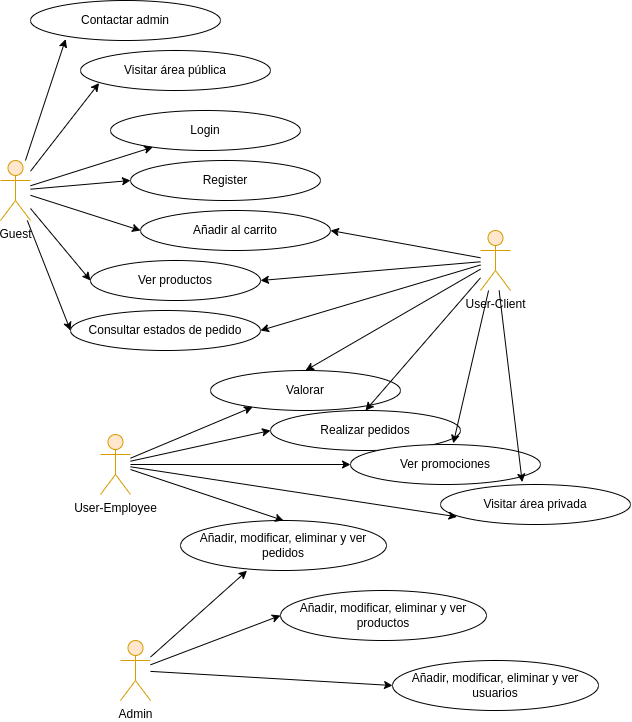
The draw.io diagram memoria_utils/diagramas/Uml2.drawio.png in fgp4321/Ineffabile-Pizza, before a commit. Source tidied: cells renumbered, new cells last; positions are measured from the earlier drawing's top-left corner, leaving out a move shared by most shapes.
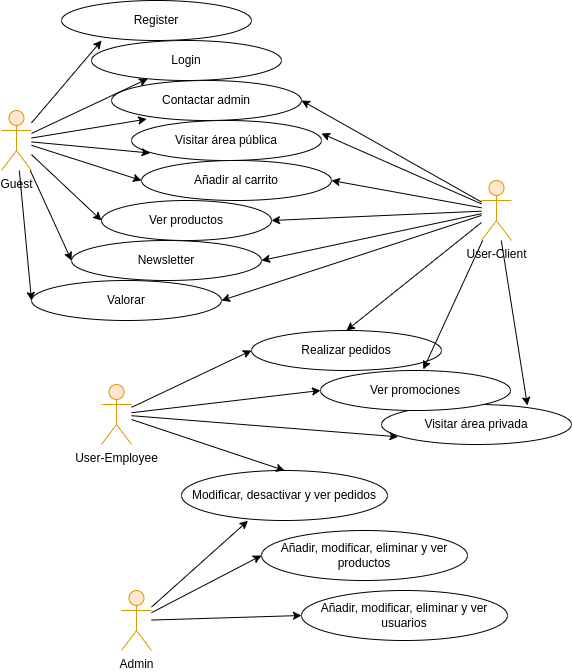
Above is the later version.

The edit, as a diff of the source:
```diff
@@ -6,7 +6,7 @@
       <mxGeometry y="160" width="30" height="60" as="geometry" />
     </mxCell>
     <mxCell id="3" value="Contactar admin" style="ellipse;whiteSpace=wrap;html=1;" parent="1" vertex="1">
-      <mxGeometry x="30" width="190" height="40" as="geometry" />
+      <mxGeometry x="110" y="130" width="190" height="40" as="geometry" />
     </mxCell>
     <mxCell id="4" value="&lt;div&gt;Admin&lt;/div&gt;" style="shape=umlActor;verticalLabelPosition=bottom;verticalAlign=top;html=1;outlineConnect=0;fillColor=#ffe6cc;strokeColor=#d79b00;" parent="1" vertex="1">
       <mxGeometry x="120" y="640" width="30" height="60" as="geometry" />
@@ -18,22 +18,22 @@
       <mxGeometry x="100" y="434" width="30" height="60" as="geometry" />
     </mxCell>
     <mxCell id="7" value="Visitar área pública" style="ellipse;whiteSpace=wrap;html=1;" parent="1" vertex="1">
-      <mxGeometry x="80" y="50" width="190" height="40" as="geometry" />
+      <mxGeometry x="130" y="170" width="190" height="40" as="geometry" />
     </mxCell>
     <mxCell id="8" value="Login" style="ellipse;whiteSpace=wrap;html=1;" parent="1" vertex="1">
-      <mxGeometry x="110" y="110" width="190" height="40" as="geometry" />
+      <mxGeometry x="90" y="90" width="190" height="40" as="geometry" />
     </mxCell>
     <mxCell id="9" value="Register" style="ellipse;whiteSpace=wrap;html=1;" parent="1" vertex="1">
-      <mxGeometry x="130" y="160" width="190" height="40" as="geometry" />
+      <mxGeometry x="60" y="50" width="190" height="40" as="geometry" />
     </mxCell>
     <mxCell id="10" value="Añadir al carrito" style="ellipse;whiteSpace=wrap;html=1;" parent="1" vertex="1">
       <mxGeometry x="140" y="210" width="190" height="40" as="geometry" />
     </mxCell>
     <mxCell id="11" value="Ver productos" style="ellipse;whiteSpace=wrap;html=1;" parent="1" vertex="1">
-      <mxGeometry x="90" y="260" width="170" height="40" as="geometry" />
+      <mxGeometry x="100" y="250" width="170" height="40" as="geometry" />
     </mxCell>
-    <mxCell id="12" value="Consultar estados de pedido" style="ellipse;whiteSpace=wrap;html=1;" parent="1" vertex="1">
-      <mxGeometry x="70" y="310" width="190" height="40" as="geometry" />
+    <mxCell id="12" value="Valorar" style="ellipse;whiteSpace=wrap;html=1;" parent="1" vertex="1">
+      <mxGeometry x="30" y="330" width="190" height="40" as="geometry" />
     </mxCell>
     <mxCell id="13" style="endArrow=classic;html=1;rounded=0;entryX=0.185;entryY=0.965;entryDx=0;entryDy=0;entryPerimeter=0;" parent="1" edge="1" source="2" target="3">
       <mxGeometry relative="1" as="geometry" />
@@ -41,7 +41,7 @@
     <mxCell id="14" style="endArrow=classic;html=1;rounded=0;entryX=0.098;entryY=0.813;entryDx=0;entryDy=0;entryPerimeter=0;" parent="1" edge="1" source="2" target="7">
       <mxGeometry relative="1" as="geometry" />
     </mxCell>
-    <mxCell id="15" style="endArrow=classic;html=1;rounded=0;entryX=0;entryY=0.5;entryDx=0;entryDy=0;" parent="1" edge="1" source="2" target="9">
+    <mxCell id="15" style="endArrow=classic;html=1;rounded=0;entryX=0.211;entryY=1;entryDx=0;entryDy=0;entryPerimeter=0;" parent="1" edge="1" source="2" target="9">
       <mxGeometry relative="1" as="geometry" />
     </mxCell>
     <mxCell id="16" style="endArrow=classic;html=1;rounded=0;" parent="1" edge="1" source="2" target="8">
@@ -65,33 +65,24 @@
     <mxCell id="22" style="endArrow=classic;html=1;rounded=0;entryX=1;entryY=0.5;entryDx=0;entryDy=0;" parent="1" edge="1" source="5" target="12">
       <mxGeometry relative="1" as="geometry" />
     </mxCell>
-    <mxCell id="23" value="Valorar" style="ellipse;whiteSpace=wrap;html=1;" parent="1" vertex="1">
-      <mxGeometry x="210" y="370" width="190" height="40" as="geometry" />
-    </mxCell>
     <mxCell id="24" value="Visitar área privada" style="ellipse;whiteSpace=wrap;html=1;" parent="1" vertex="1">
-      <mxGeometry x="440" y="484" width="190" height="40" as="geometry" />
+      <mxGeometry x="380" y="454" width="190" height="40" as="geometry" />
     </mxCell>
     <mxCell id="25" value="Realizar pedidos" style="ellipse;whiteSpace=wrap;html=1;" parent="1" vertex="1">
-      <mxGeometry x="270" y="410" width="190" height="40" as="geometry" />
+      <mxGeometry x="250" y="380" width="190" height="40" as="geometry" />
     </mxCell>
     <mxCell id="26" value="Ver promociones" style="ellipse;whiteSpace=wrap;html=1;" parent="1" vertex="1">
-      <mxGeometry x="350" y="444" width="190" height="40" as="geometry" />
+      <mxGeometry x="319" y="420" width="190" height="40" as="geometry" />
     </mxCell>
-    <mxCell id="27" style="endArrow=classic;html=1;rounded=0;entryX=0.5;entryY=0;entryDx=0;entryDy=0;" parent="1" edge="1" source="5" target="23">
-      <mxGeometry relative="1" as="geometry" />
-    </mxCell>
     <mxCell id="28" style="endArrow=classic;html=1;rounded=0;entryX=0.5;entryY=0;entryDx=0;entryDy=0;" parent="1" edge="1" source="5" target="25">
       <mxGeometry relative="1" as="geometry" />
     </mxCell>
     <mxCell id="29" style="endArrow=classic;html=1;rounded=0;entryX=0.541;entryY=-0.029;entryDx=0;entryDy=0;entryPerimeter=0;" parent="1" edge="1" source="5" target="26">
       <mxGeometry relative="1" as="geometry" />
     </mxCell>
-    <mxCell id="30" style="endArrow=classic;html=1;rounded=0;entryX=0.43;entryY=-0.061;entryDx=0;entryDy=0;entryPerimeter=0;" parent="1" edge="1" source="5" target="24">
+    <mxCell id="30" style="endArrow=classic;html=1;rounded=0;entryX=0.768;entryY=0.025;entryDx=0;entryDy=0;entryPerimeter=0;" parent="1" edge="1" source="5" target="24">
       <mxGeometry relative="1" as="geometry" />
     </mxCell>
-    <mxCell id="31" style="endArrow=classic;html=1;rounded=0;entryX=0.222;entryY=0.913;entryDx=0;entryDy=0;entryPerimeter=0;" parent="1" edge="1" source="6" target="23">
-      <mxGeometry relative="1" as="geometry" />
-    </mxCell>
     <mxCell id="32" style="endArrow=classic;html=1;rounded=0;entryX=0;entryY=0.5;entryDx=0;entryDy=0;" parent="1" edge="1" source="6" target="25">
       <mxGeometry relative="1" as="geometry" />
     </mxCell>
@@ -101,14 +92,14 @@
     <mxCell id="34" style="endArrow=classic;html=1;rounded=0;entryX=0.087;entryY=0.808;entryDx=0;entryDy=0;entryPerimeter=0;" parent="1" edge="1" source="6" target="24">
       <mxGeometry relative="1" as="geometry" />
     </mxCell>
-    <mxCell id="35" value="Añadir, modificar, eliminar y ver pedidos" style="ellipse;whiteSpace=wrap;html=1;" parent="1" vertex="1">
+    <mxCell id="35" value="Modificar, desactivar y ver pedidos" style="ellipse;whiteSpace=wrap;html=1;" parent="1" vertex="1">
       <mxGeometry x="180" y="520" width="206" height="50" as="geometry" />
     </mxCell>
     <mxCell id="36" value="Añadir, modificar, eliminar y ver productos" style="ellipse;whiteSpace=wrap;html=1;" parent="1" vertex="1">
-      <mxGeometry x="280" y="590" width="206" height="50" as="geometry" />
+      <mxGeometry x="260" y="580" width="206" height="50" as="geometry" />
     </mxCell>
     <mxCell id="37" value="Añadir, modificar, eliminar y ver usuarios" style="ellipse;whiteSpace=wrap;html=1;" parent="1" vertex="1">
-      <mxGeometry x="392" y="660" width="206" height="50" as="geometry" />
+      <mxGeometry x="300" y="640" width="206" height="50" as="geometry" />
     </mxCell>
     <mxCell id="38" style="endArrow=classic;html=1;rounded=0;entryX=0.5;entryY=0;entryDx=0;entryDy=0;" parent="1" edge="1" source="6" target="35">
       <mxGeometry relative="1" as="geometry" />
@@ -122,5 +113,22 @@
     <mxCell id="41" style="endArrow=classic;html=1;rounded=0;entryX=0;entryY=0.5;entryDx=0;entryDy=0;" parent="1" edge="1" source="4" target="37">
       <mxGeometry relative="1" as="geometry" />
     </mxCell>
+    <mxCell id="42" style="endArrow=classic;html=1;rounded=0;entryX=1;entryY=0.5;entryDx=0;entryDy=0;" parent="1" edge="1" source="5">
+      <mxGeometry relative="1" as="geometry">
+        <mxPoint x="320" y="183" as="targetPoint" />
+      </mxGeometry>
+    </mxCell>
+    <mxCell id="43" style="endArrow=classic;html=1;rounded=0;entryX=1;entryY=0.5;entryDx=0;entryDy=0;" parent="1" edge="1" source="5" target="3">
+      <mxGeometry relative="1" as="geometry" />
+    </mxCell>
+    <mxCell id="44" value="Newsletter" style="ellipse;whiteSpace=wrap;html=1;" parent="1" vertex="1">
+      <mxGeometry x="70" y="290" width="190" height="40" as="geometry" />
+    </mxCell>
+    <mxCell id="45" style="endArrow=classic;html=1;rounded=0;entryX=0;entryY=0.5;entryDx=0;entryDy=0;" parent="1" edge="1" source="2" target="44">
+      <mxGeometry relative="1" as="geometry" />
+    </mxCell>
+    <mxCell id="46" style="endArrow=classic;html=1;rounded=0;entryX=1;entryY=0.5;entryDx=0;entryDy=0;" parent="1" edge="1" source="5" target="44">
+      <mxGeometry relative="1" as="geometry" />
+    </mxCell>
   </root>
 </mxGraphModel>
```
